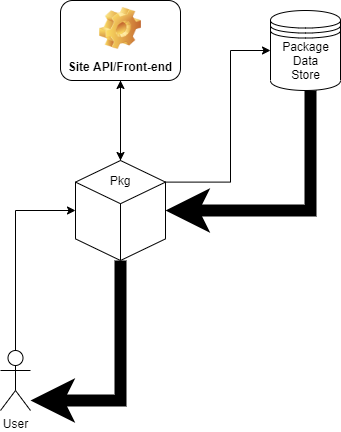
Earlier version of the draw.io export figures/api-datastore.png (saiemgilani/The_SportsDataverse_Initiative). Source tidied: cells renumbered, new cells last; positions are measured from the earlier drawing's top-left corner, leaving out a move shared by most shapes.
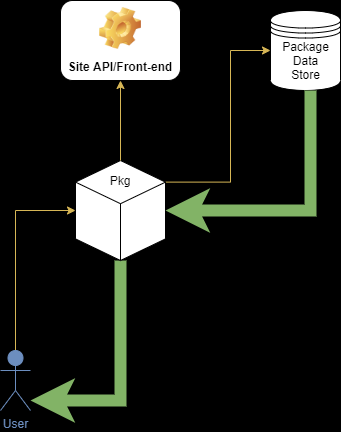
The same file after the commit.

Diff of the diagram source:
```diff
@@ -1,4 +1,4 @@
-<mxGraphModel>
+<mxGraphModel background="#000000" shadow="1">
   <root>
     <mxCell id="0" />
     <mxCell id="1" parent="0" />
@@ -8,7 +8,7 @@
     <mxCell id="3" value="Site API/Front-end" style="label;whiteSpace=wrap;html=1;align=center;verticalAlign=bottom;spacingLeft=0;spacingBottom=4;imageAlign=center;imageVerticalAlign=top;image=img/clipart/Gear_128x128.png;" parent="1" vertex="1">
       <mxGeometry x="60" width="120" height="80" as="geometry" />
     </mxCell>
-    <mxCell id="4" style="edgeStyle=orthogonalEdgeStyle;rounded=0;jettySize=auto;html=1;exitX=0;exitY=0;exitDx=90;exitDy=21.60708831721044;exitPerimeter=0;" parent="1" edge="1" source="6" target="7">
+    <mxCell id="4" style="edgeStyle=orthogonalEdgeStyle;rounded=0;jettySize=auto;html=1;exitX=0;exitY=0;exitDx=90;exitDy=21.60708831721044;exitPerimeter=0;fillColor=#fff2cc;strokeColor=#d6b656;" parent="1" edge="1" source="6" target="7">
       <mxGeometry relative="1" as="geometry">
         <Array as="points">
           <mxPoint x="230" y="182" />
@@ -16,7 +16,7 @@
         </Array>
       </mxGeometry>
     </mxCell>
-    <mxCell id="5" style="edgeStyle=orthogonalEdgeStyle;rounded=0;jettySize=auto;html=1;strokeWidth=12;exitX=0.5;exitY=1;exitDx=0;exitDy=0;exitPerimeter=0;" parent="1" edge="1" source="6" target="13">
+    <mxCell id="5" style="edgeStyle=orthogonalEdgeStyle;rounded=0;jettySize=auto;html=1;strokeWidth=12;exitX=0.5;exitY=1;exitDx=0;exitDy=0;exitPerimeter=0;fillColor=#d5e8d4;strokeColor=#82b366;" parent="1" edge="1" source="6" target="13">
       <mxGeometry relative="1" as="geometry">
         <Array as="points">
           <mxPoint x="120" y="400" />
@@ -29,7 +29,7 @@
     <mxCell id="7" style="shape=datastore;whiteSpace=wrap;html=1;" parent="1" vertex="1">
       <mxGeometry x="270" y="10" width="70" height="80" as="geometry" />
     </mxCell>
-    <mxCell id="8" style="edgeStyle=orthogonalEdgeStyle;rounded=0;jettySize=auto;html=1;entryX=1;entryY=0.5;entryDx=0;entryDy=0;entryPerimeter=0;strokeWidth=12;" parent="1" edge="1" source="9" target="6">
+    <mxCell id="8" style="edgeStyle=orthogonalEdgeStyle;rounded=0;jettySize=auto;html=1;entryX=1;entryY=0.5;entryDx=0;entryDy=0;entryPerimeter=0;strokeWidth=12;fillColor=#d5e8d4;strokeColor=#82b366;" parent="1" edge="1" source="9" target="6">
       <mxGeometry relative="1" as="geometry">
         <Array as="points">
           <mxPoint x="310" y="210" />
@@ -39,20 +39,20 @@
     <mxCell id="9" value="Package&lt;br&gt;Data Store" style="text;html=1;strokeColor=none;fillColor=none;align=center;verticalAlign=middle;whiteSpace=wrap;rounded=0;" parent="1" vertex="1">
       <mxGeometry x="280.6" y="30" width="48.8" height="60" as="geometry" />
     </mxCell>
-    <mxCell id="10" style="edgeStyle=orthogonalEdgeStyle;rounded=0;jettySize=auto;html=1;" parent="1" edge="1" source="11" target="3">
+    <mxCell id="10" style="edgeStyle=orthogonalEdgeStyle;rounded=0;jettySize=auto;html=1;fillColor=#fff2cc;strokeColor=#d6b656;" parent="1" edge="1" source="11" target="3">
       <mxGeometry relative="1" as="geometry" />
     </mxCell>
     <mxCell id="11" value="Pkg" style="text;html=1;strokeColor=none;fillColor=none;align=center;verticalAlign=middle;whiteSpace=wrap;rounded=0;" parent="1" vertex="1">
       <mxGeometry x="100" y="160" width="40" height="40" as="geometry" />
     </mxCell>
-    <mxCell id="12" style="edgeStyle=orthogonalEdgeStyle;rounded=0;jettySize=auto;html=1;" parent="1" edge="1" source="13" target="6">
+    <mxCell id="12" style="edgeStyle=orthogonalEdgeStyle;rounded=0;jettySize=auto;html=1;fillColor=#fff2cc;strokeColor=#d6b656;" parent="1" edge="1" source="13" target="6">
       <mxGeometry relative="1" as="geometry">
         <Array as="points">
           <mxPoint x="15" y="210" />
         </Array>
       </mxGeometry>
     </mxCell>
-    <mxCell id="13" value="User" style="shape=umlActor;verticalLabelPosition=bottom;verticalAlign=top;html=1;outlineConnect=0;" parent="1" vertex="1">
+    <mxCell id="13" value="&lt;font color=&quot;#6c8ebf&quot;&gt;User&lt;/font&gt;" style="shape=umlActor;verticalLabelPosition=bottom;verticalAlign=top;html=1;outlineConnect=0;strokeColor=#6C8EBF;fillColor=#6C8EBF;" parent="1" vertex="1">
       <mxGeometry y="350" width="30" height="60" as="geometry" />
     </mxCell>
   </root>
```
